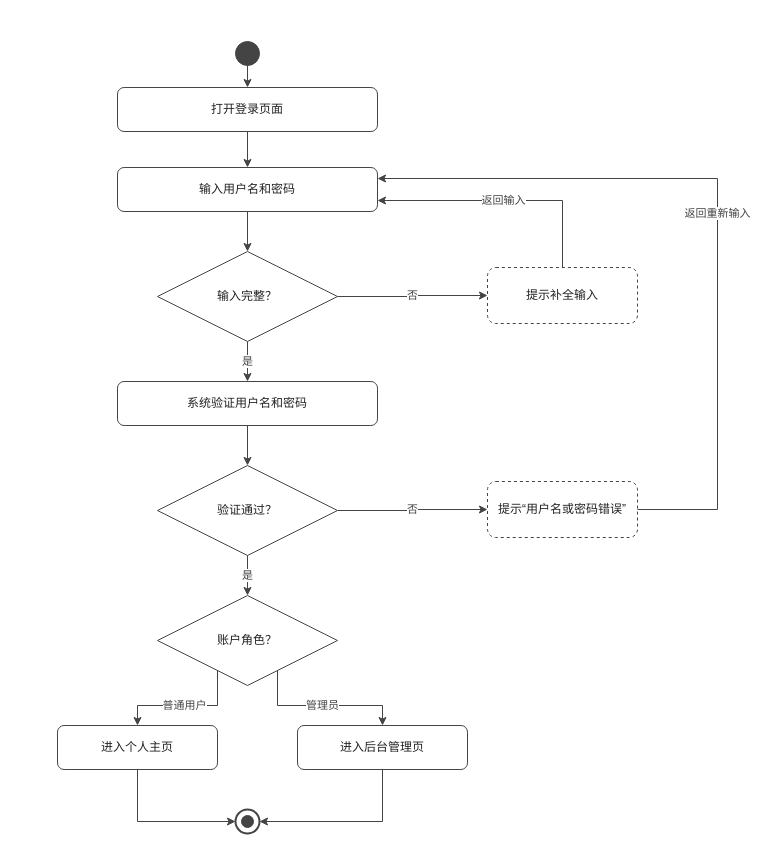
Above: docs/交付/1-账户管理-钟标/images/用户登录_活动图.drawio in chennuo1101/electronic-photo-album-system1 (draw.io), before the change. Source tidied: cells renumbered, new cells numbered last; positions are measured from the earlier drawing's top-left corner, leaving out a move shared by most shapes. Both pictures are drawn from the tidied source at 100%, with x=0, y=0 at pixel (57, 41).
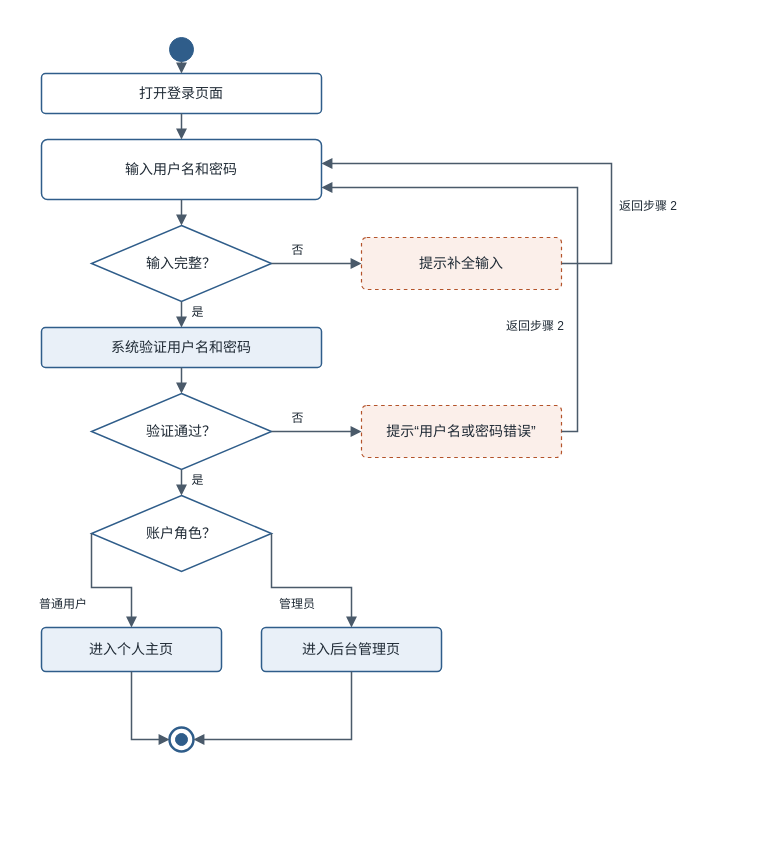
Above is the later version.

The edit, as a diff of the source:
```diff
@@
+    <mxCell id="29" style="rounded=0;whiteSpace=wrap;html=1;fillColor=#FFFFFF;strokeColor=none;" parent="1" vertex="1">
+      <mxGeometry x="-40" y="-24" width="690" height="758" as="geometry" />
+    </mxCell>
-    <mxCell id="2" style="ellipse;html=1;fillColor=#444444;strokeColor=#444444;" parent="1" vertex="1">
-      <mxGeometry x="178" width="24" height="24" as="geometry" />
+    <mxCell id="2" style="ellipse;html=1;fillColor=#2F5D8A;strokeColor=#2F5D8A;" parent="1" vertex="1">
+      <mxGeometry x="112" y="-4" width="24" height="24" as="geometry" />
     </mxCell>
-    <mxCell id="3" value="打开登录页面" style="rounded=1;whiteSpace=wrap;html=1;fillColor=#FFFFFF;strokeColor=#444444;fontFamily=Microsoft YaHei;fontSize=12;fontColor=#222222;" parent="1" vertex="1">
-      <mxGeometry x="60" y="46" width="260" height="44" as="geometry" />
+    <mxCell id="3" value="打开登录页面" style="rounded=1;arcSize=10;whiteSpace=wrap;html=1;fillColor=#FFFFFF;strokeColor=#2F5D8A;strokeWidth=1.5;fontFamily=Microsoft YaHei;fontSize=14;fontColor=#1F2A35;" parent="1" vertex="1">
+      <mxGeometry x="-16" y="32" width="280" height="40" as="geometry" />
     </mxCell>
-    <mxCell id="4" value="输入用户名和密码" style="rounded=1;whiteSpace=wrap;html=1;fillColor=#FFFFFF;strokeColor=#444444;fontFamily=Microsoft YaHei;fontSize=12;fontColor=#222222;" parent="1" vertex="1">
-      <mxGeometry x="60" y="126" width="260" height="44" as="geometry" />
+    <mxCell id="4" value="输入用户名和密码" style="rounded=1;arcSize=10;whiteSpace=wrap;html=1;fillColor=#FFFFFF;strokeColor=#2F5D8A;strokeWidth=1.5;fontFamily=Microsoft YaHei;fontSize=14;fontColor=#1F2A35;" parent="1" vertex="1">
+      <mxGeometry x="-16" y="98" width="280" height="60" as="geometry" />
     </mxCell>
-    <mxCell id="5" value="输入完整？" style="rhombus;whiteSpace=wrap;html=1;fillColor=#FFFFFF;strokeColor=#444444;fontFamily=Microsoft YaHei;fontSize=12;fontColor=#222222;" parent="1" vertex="1">
-      <mxGeometry x="100" y="210" width="180" height="90" as="geometry" />
+    <mxCell id="5" value="输入完整？" style="rhombus;whiteSpace=wrap;html=1;fillColor=#FFFFFF;strokeColor=#2F5D8A;strokeWidth=1.5;fontFamily=Microsoft YaHei;fontSize=14;fontColor=#1F2A35;" parent="1" vertex="1">
+      <mxGeometry x="34" y="184" width="180" height="76" as="geometry" />
     </mxCell>
-    <mxCell id="6" value="提示补全输入" style="rounded=1;whiteSpace=wrap;html=1;fillColor=none;strokeColor=#444444;dashed=1;fontFamily=Microsoft YaHei;fontSize=12;fontColor=#222222;" parent="1" vertex="1">
-      <mxGeometry x="430" y="226" width="150" height="56" as="geometry" />
+    <mxCell id="6" value="提示补全输入" style="rounded=1;arcSize=10;whiteSpace=wrap;html=1;fillColor=#FBEFEA;strokeColor=#B4532A;strokeWidth=1.2;dashed=1;fontFamily=Microsoft YaHei;fontSize=14;fontColor=#1F2A35;" parent="1" vertex="1">
+      <mxGeometry x="304" y="196" width="200" height="52" as="geometry" />
     </mxCell>
-    <mxCell id="7" value="系统验证用户名和密码" style="rounded=1;whiteSpace=wrap;html=1;fillColor=#FFFFFF;strokeColor=#444444;fontFamily=Microsoft YaHei;fontSize=12;fontColor=#222222;" parent="1" vertex="1">
-      <mxGeometry x="60" y="340" width="260" height="44" as="geometry" />
+    <mxCell id="7" value="系统验证用户名和密码" style="rounded=1;arcSize=10;whiteSpace=wrap;html=1;fillColor=#E9F0F8;strokeColor=#2F5D8A;strokeWidth=1.5;fontFamily=Microsoft YaHei;fontSize=14;fontColor=#1F2A35;" parent="1" vertex="1">
+      <mxGeometry x="-16" y="286" width="280" height="40" as="geometry" />
     </mxCell>
-    <mxCell id="8" value="验证通过？" style="rhombus;whiteSpace=wrap;html=1;fillColor=#FFFFFF;strokeColor=#444444;fontFamily=Microsoft YaHei;fontSize=12;fontColor=#222222;" parent="1" vertex="1">
-      <mxGeometry x="100" y="424" width="180" height="90" as="geometry" />
+    <mxCell id="8" value="验证通过？" style="rhombus;whiteSpace=wrap;html=1;fillColor=#FFFFFF;strokeColor=#2F5D8A;strokeWidth=1.5;fontFamily=Microsoft YaHei;fontSize=14;fontColor=#1F2A35;" parent="1" vertex="1">
+      <mxGeometry x="34" y="352" width="180" height="76" as="geometry" />
     </mxCell>
-    <mxCell id="9" value="提示“用户名或密码错误”" style="rounded=1;whiteSpace=wrap;html=1;fillColor=none;strokeColor=#444444;dashed=1;fontFamily=Microsoft YaHei;fontSize=12;fontColor=#222222;" parent="1" vertex="1">
-      <mxGeometry x="430" y="440" width="150" height="56" as="geometry" />
+    <mxCell id="9" value="提示“用户名或密码错误”" style="rounded=1;arcSize=10;whiteSpace=wrap;html=1;fillColor=#FBEFEA;strokeColor=#B4532A;strokeWidth=1.2;dashed=1;fontFamily=Microsoft YaHei;fontSize=14;fontColor=#1F2A35;" parent="1" vertex="1">
+      <mxGeometry x="304" y="364" width="200" height="52" as="geometry" />
     </mxCell>
-    <mxCell id="10" value="账户角色？" style="rhombus;whiteSpace=wrap;html=1;fillColor=#FFFFFF;strokeColor=#444444;fontFamily=Microsoft YaHei;fontSize=12;fontColor=#222222;" parent="1" vertex="1">
-      <mxGeometry x="100" y="554" width="180" height="90" as="geometry" />
+    <mxCell id="10" value="账户角色？" style="rhombus;whiteSpace=wrap;html=1;fillColor=#FFFFFF;strokeColor=#2F5D8A;strokeWidth=1.5;fontFamily=Microsoft YaHei;fontSize=14;fontColor=#1F2A35;" parent="1" vertex="1">
+      <mxGeometry x="34" y="454" width="180" height="76" as="geometry" />
     </mxCell>
-    <mxCell id="11" value="进入个人主页" style="rounded=1;whiteSpace=wrap;html=1;fillColor=#FFFFFF;strokeColor=#444444;fontFamily=Microsoft YaHei;fontSize=12;fontColor=#222222;" parent="1" vertex="1">
-      <mxGeometry y="684" width="160" height="44" as="geometry" />
+    <mxCell id="11" value="进入个人主页" style="rounded=1;arcSize=10;whiteSpace=wrap;html=1;fillColor=#E9F0F8;strokeColor=#2F5D8A;strokeWidth=1.5;fontFamily=Microsoft YaHei;fontSize=14;fontColor=#1F2A35;" parent="1" vertex="1">
+      <mxGeometry x="-16" y="586" width="180" height="44" as="geometry" />
     </mxCell>
-    <mxCell id="12" value="进入后台管理页" style="rounded=1;whiteSpace=wrap;html=1;fillColor=#FFFFFF;strokeColor=#444444;fontFamily=Microsoft YaHei;fontSize=12;fontColor=#222222;" parent="1" vertex="1">
-      <mxGeometry x="240" y="684" width="170" height="44" as="geometry" />
+    <mxCell id="12" value="进入后台管理页" style="rounded=1;arcSize=10;whiteSpace=wrap;html=1;fillColor=#E9F0F8;strokeColor=#2F5D8A;strokeWidth=1.5;fontFamily=Microsoft YaHei;fontSize=14;fontColor=#1F2A35;" parent="1" vertex="1">
+      <mxGeometry x="204" y="586" width="180" height="44" as="geometry" />
     </mxCell>
-    <mxCell id="13" style="ellipse;html=1;fillColor=#FFFFFF;strokeColor=#444444;strokeWidth=2;" parent="1" vertex="1">
-      <mxGeometry x="178" y="768" width="24" height="24" as="geometry" />
+    <mxCell id="13" style="ellipse;html=1;fillColor=#FFFFFF;strokeColor=#2F5D8A;strokeWidth=2.5;" parent="1" vertex="1">
+      <mxGeometry x="112" y="686" width="24" height="24" as="geometry" />
     </mxCell>
-    <mxCell id="14" style="ellipse;html=1;fillColor=#444444;strokeColor=#444444;" parent="1" vertex="1">
-      <mxGeometry x="184" y="774" width="12" height="12" as="geometry" />
-    </mxCell>
+    <mxCell id="30" style="ellipse;html=1;fillColor=#2F5D8A;strokeColor=#2F5D8A;" parent="1" vertex="1">
+      <mxGeometry x="118" y="692" width="12" height="12" as="geometry" />
+    </mxCell>
-    <mxCell id="15" style="edgeStyle=orthogonalEdgeStyle;rounded=0;html=1;strokeColor=#444444;strokeWidth=1;fontFamily=Microsoft YaHei;fontSize=11;fontColor=#444444;labelBackgroundColor=#FFFFFF;" parent="1" edge="1" source="2" target="3">
-      <mxGeometry relative="1" as="geometry" />
+    <mxCell id="15" style="html=1;rounded=0;strokeColor=#4A5A6A;strokeWidth=1.5;startArrow=none;endArrow=block;endFill=1;endSize=7;" parent="1" edge="1">
+      <mxGeometry relative="1" as="geometry">
+        <mxPoint x="124" y="20" as="sourcePoint" />
+        <mxPoint x="124" y="32" as="targetPoint" />
+      </mxGeometry>
     </mxCell>
-    <mxCell id="16" style="edgeStyle=orthogonalEdgeStyle;rounded=0;html=1;strokeColor=#444444;strokeWidth=1;fontFamily=Microsoft YaHei;fontSize=11;fontColor=#444444;labelBackgroundColor=#FFFFFF;" parent="1" edge="1" source="3" target="4">
-      <mxGeometry relative="1" as="geometry" />
+    <mxCell id="16" style="html=1;rounded=0;strokeColor=#4A5A6A;strokeWidth=1.5;startArrow=none;endArrow=block;endFill=1;endSize=7;" parent="1" edge="1">
+      <mxGeometry relative="1" as="geometry">
+        <mxPoint x="124" y="72" as="sourcePoint" />
+        <mxPoint x="124" y="98" as="targetPoint" />
+      </mxGeometry>
     </mxCell>
-    <mxCell id="17" style="edgeStyle=orthogonalEdgeStyle;rounded=0;html=1;strokeColor=#444444;strokeWidth=1;fontFamily=Microsoft YaHei;fontSize=11;fontColor=#444444;labelBackgroundColor=#FFFFFF;" parent="1" edge="1" source="4" target="5">
-      <mxGeometry relative="1" as="geometry" />
+    <mxCell id="17" style="html=1;rounded=0;strokeColor=#4A5A6A;strokeWidth=1.5;startArrow=none;endArrow=block;endFill=1;endSize=7;" parent="1" edge="1">
+      <mxGeometry relative="1" as="geometry">
+        <mxPoint x="124" y="158" as="sourcePoint" />
+        <mxPoint x="124" y="184" as="targetPoint" />
+      </mxGeometry>
     </mxCell>
-    <mxCell id="18" value="否" style="edgeStyle=orthogonalEdgeStyle;rounded=0;html=1;strokeColor=#444444;strokeWidth=1;fontFamily=Microsoft YaHei;fontSize=11;fontColor=#444444;labelBackgroundColor=#FFFFFF;exitX=1;exitY=0.5;entryX=0;entryY=0.5;" parent="1" edge="1" source="5" target="6">
-      <mxGeometry relative="1" as="geometry" />
+    <mxCell id="18" style="html=1;rounded=0;strokeColor=#4A5A6A;strokeWidth=1.5;startArrow=none;endArrow=block;endFill=1;endSize=7;" parent="1" edge="1">
+      <mxGeometry relative="1" as="geometry">
+        <mxPoint x="124" y="260" as="sourcePoint" />
+        <mxPoint x="124" y="286" as="targetPoint" />
+      </mxGeometry>
     </mxCell>
-    <mxCell id="19" value="返回输入" style="edgeStyle=orthogonalEdgeStyle;rounded=0;html=1;strokeColor=#444444;strokeWidth=1;fontFamily=Microsoft YaHei;fontSize=11;fontColor=#444444;labelBackgroundColor=#FFFFFF;exitX=0.5;exitY=0;entryX=1;entryY=0.75;" parent="1" edge="1" source="6" target="4">
+    <mxCell id="19" style="html=1;rounded=0;strokeColor=#4A5A6A;strokeWidth=1.5;startArrow=none;endArrow=block;endFill=1;endSize=7;" parent="1" edge="1">
       <mxGeometry relative="1" as="geometry">
-        <Array as="points">
-          <mxPoint x="505" y="159" />
-        </Array>
+        <mxPoint x="124" y="326" as="sourcePoint" />
+        <mxPoint x="124" y="352" as="targetPoint" />
       </mxGeometry>
     </mxCell>
-    <mxCell id="20" value="是" style="edgeStyle=orthogonalEdgeStyle;rounded=0;html=1;strokeColor=#444444;strokeWidth=1;fontFamily=Microsoft YaHei;fontSize=11;fontColor=#444444;labelBackgroundColor=#FFFFFF;" parent="1" edge="1" source="5" target="7">
-      <mxGeometry relative="1" as="geometry" />
+    <mxCell id="20" style="html=1;rounded=0;strokeColor=#4A5A6A;strokeWidth=1.5;startArrow=none;endArrow=block;endFill=1;endSize=7;" parent="1" edge="1">
+      <mxGeometry relative="1" as="geometry">
+        <mxPoint x="124" y="428" as="sourcePoint" />
+        <mxPoint x="124" y="454" as="targetPoint" />
+      </mxGeometry>
     </mxCell>
-    <mxCell id="21" style="edgeStyle=orthogonalEdgeStyle;rounded=0;html=1;strokeColor=#444444;strokeWidth=1;fontFamily=Microsoft YaHei;fontSize=11;fontColor=#444444;labelBackgroundColor=#FFFFFF;" parent="1" edge="1" source="7" target="8">
-      <mxGeometry relative="1" as="geometry" />
-    </mxCell>
-    <mxCell id="22" value="否" style="edgeStyle=orthogonalEdgeStyle;rounded=0;html=1;strokeColor=#444444;strokeWidth=1;fontFamily=Microsoft YaHei;fontSize=11;fontColor=#444444;labelBackgroundColor=#FFFFFF;exitX=1;exitY=0.5;entryX=0;entryY=0.5;" parent="1" edge="1" source="8" target="9">
-      <mxGeometry relative="1" as="geometry" />
-    </mxCell>
-    <mxCell id="23" value="返回重新输入" style="edgeStyle=orthogonalEdgeStyle;rounded=0;html=1;strokeColor=#444444;strokeWidth=1;fontFamily=Microsoft YaHei;fontSize=11;fontColor=#444444;labelBackgroundColor=#FFFFFF;exitX=1;exitY=0.5;entryX=1;entryY=0.25;" parent="1" edge="1" source="9" target="4">
-      <mxGeometry relative="1" as="geometry">
-        <Array as="points">
-          <mxPoint x="660" y="468" />
-          <mxPoint x="660" y="137" />
-        </Array>
-      </mxGeometry>
-    </mxCell>
-    <mxCell id="24" value="是" style="edgeStyle=orthogonalEdgeStyle;rounded=0;html=1;strokeColor=#444444;strokeWidth=1;fontFamily=Microsoft YaHei;fontSize=11;fontColor=#444444;labelBackgroundColor=#FFFFFF;" parent="1" edge="1" source="8" target="10">
-      <mxGeometry relative="1" as="geometry" />
-    </mxCell>
+    <mxCell id="31" style="html=1;rounded=0;strokeColor=#4A5A6A;strokeWidth=1.5;startArrow=none;endArrow=block;endFill=1;endSize=7;" parent="1" edge="1">
+      <mxGeometry relative="1" as="geometry">
+        <mxPoint x="214" y="222" as="sourcePoint" />
+        <mxPoint x="304" y="222" as="targetPoint" />
+      </mxGeometry>
+    </mxCell>
+    <mxCell id="32" style="html=1;rounded=0;strokeColor=#4A5A6A;strokeWidth=1.5;startArrow=none;endArrow=block;endFill=1;endSize=7;" parent="1" edge="1">
+      <mxGeometry relative="1" as="geometry">
+        <mxPoint x="214" y="390" as="sourcePoint" />
+        <mxPoint x="304" y="390" as="targetPoint" />
+      </mxGeometry>
+    </mxCell>
+    <mxCell id="33" style="html=1;rounded=0;strokeColor=#4A5A6A;strokeWidth=1.5;startArrow=none;endArrow=block;endFill=1;endSize=7;" parent="1" edge="1">
+      <mxGeometry relative="1" as="geometry">
+        <mxPoint x="504" y="222" as="sourcePoint" />
+        <mxPoint x="264" y="122" as="targetPoint" />
+        <Array as="points">
+          <mxPoint x="554" y="222" />
+          <mxPoint x="554" y="122" />
+        </Array>
+      </mxGeometry>
+    </mxCell>
+    <mxCell id="34" style="html=1;rounded=0;strokeColor=#4A5A6A;strokeWidth=1.5;startArrow=none;endArrow=block;endFill=1;endSize=7;" parent="1" edge="1">
+      <mxGeometry relative="1" as="geometry">
+        <mxPoint x="504" y="390" as="sourcePoint" />
+        <mxPoint x="264" y="146" as="targetPoint" />
+        <Array as="points">
+          <mxPoint x="520" y="390" />
+          <mxPoint x="520" y="146" />
+        </Array>
+      </mxGeometry>
+    </mxCell>
+    <mxCell id="35" style="html=1;rounded=0;strokeColor=#4A5A6A;strokeWidth=1.5;startArrow=none;endArrow=block;endFill=1;endSize=7;" parent="1" edge="1">
+      <mxGeometry relative="1" as="geometry">
+        <mxPoint x="34" y="492" as="sourcePoint" />
+        <mxPoint x="74" y="586" as="targetPoint" />
+        <Array as="points">
+          <mxPoint x="34" y="546" />
+          <mxPoint x="74" y="546" />
+        </Array>
+      </mxGeometry>
+    </mxCell>
+    <mxCell id="36" style="html=1;rounded=0;strokeColor=#4A5A6A;strokeWidth=1.5;startArrow=none;endArrow=block;endFill=1;endSize=7;" parent="1" edge="1">
+      <mxGeometry relative="1" as="geometry">
+        <mxPoint x="214" y="492" as="sourcePoint" />
+        <mxPoint x="294" y="586" as="targetPoint" />
+        <Array as="points">
+          <mxPoint x="214" y="546" />
+          <mxPoint x="294" y="546" />
+        </Array>
+      </mxGeometry>
+    </mxCell>
+    <mxCell id="37" style="html=1;rounded=0;strokeColor=#4A5A6A;strokeWidth=1.5;startArrow=none;endArrow=block;endFill=1;endSize=7;" parent="1" edge="1">
+      <mxGeometry relative="1" as="geometry">
+        <mxPoint x="74" y="630" as="sourcePoint" />
+        <mxPoint x="112" y="698" as="targetPoint" />
+        <Array as="points">
+          <mxPoint x="74" y="698" />
+        </Array>
+      </mxGeometry>
+    </mxCell>
+    <mxCell id="38" style="html=1;rounded=0;strokeColor=#4A5A6A;strokeWidth=1.5;startArrow=none;endArrow=block;endFill=1;endSize=7;" parent="1" edge="1">
+      <mxGeometry relative="1" as="geometry">
+        <mxPoint x="294" y="630" as="sourcePoint" />
+        <mxPoint x="136" y="698" as="targetPoint" />
+        <Array as="points">
+          <mxPoint x="294" y="698" />
+        </Array>
+      </mxGeometry>
+    </mxCell>
+    <mxCell id="39" value="否" style="text;html=1;align=center;verticalAlign=middle;fillColor=none;strokeColor=none;fontFamily=Microsoft YaHei;fontSize=12;fontColor=#1F2A35;" parent="1" vertex="1">
+      <mxGeometry x="230" y="200" width="20" height="18" as="geometry" />
+    </mxCell>
+    <mxCell id="40" value="否" style="text;html=1;align=center;verticalAlign=middle;fillColor=none;strokeColor=none;fontFamily=Microsoft YaHei;fontSize=12;fontColor=#1F2A35;" parent="1" vertex="1">
+      <mxGeometry x="230" y="368" width="20" height="18" as="geometry" />
+    </mxCell>
+    <mxCell id="41" value="是" style="text;html=1;align=center;verticalAlign=middle;fillColor=none;strokeColor=none;fontFamily=Microsoft YaHei;fontSize=12;fontColor=#1F2A35;" parent="1" vertex="1">
+      <mxGeometry x="130" y="262" width="20" height="18" as="geometry" />
+    </mxCell>
+    <mxCell id="42" value="是" style="text;html=1;align=center;verticalAlign=middle;fillColor=none;strokeColor=none;fontFamily=Microsoft YaHei;fontSize=12;fontColor=#1F2A35;" parent="1" vertex="1">
+      <mxGeometry x="130" y="430" width="20" height="18" as="geometry" />
+    </mxCell>
-    <mxCell id="25" value="普通用户" style="edgeStyle=orthogonalEdgeStyle;rounded=0;html=1;strokeColor=#444444;strokeWidth=1;fontFamily=Microsoft YaHei;fontSize=11;fontColor=#444444;labelBackgroundColor=#FFFFFF;exitX=0.25;exitY=1;entryX=0.5;entryY=0;" parent="1" edge="1" source="10" target="11">
-      <mxGeometry relative="1" as="geometry" />
+    <mxCell id="25" value="普通用户" style="text;html=1;align=left;verticalAlign=middle;fillColor=none;strokeColor=none;fontFamily=Microsoft YaHei;fontSize=12;fontColor=#1F2A35;" parent="1" vertex="1">
+      <mxGeometry x="-20" y="554" width="64" height="18" as="geometry" />
     </mxCell>
-    <mxCell id="26" value="管理员" style="edgeStyle=orthogonalEdgeStyle;rounded=0;html=1;strokeColor=#444444;strokeWidth=1;fontFamily=Microsoft YaHei;fontSize=11;fontColor=#444444;labelBackgroundColor=#FFFFFF;exitX=0.75;exitY=1;entryX=0.5;entryY=0;" parent="1" edge="1" source="10" target="12">
-      <mxGeometry relative="1" as="geometry" />
+    <mxCell id="26" value="管理员" style="text;html=1;align=left;verticalAlign=middle;fillColor=none;strokeColor=none;fontFamily=Microsoft YaHei;fontSize=12;fontColor=#1F2A35;" parent="1" vertex="1">
+      <mxGeometry x="220" y="554" width="60" height="18" as="geometry" />
     </mxCell>
-    <mxCell id="27" style="edgeStyle=orthogonalEdgeStyle;rounded=0;html=1;strokeColor=#444444;strokeWidth=1;fontFamily=Microsoft YaHei;fontSize=11;fontColor=#444444;labelBackgroundColor=#FFFFFF;exitX=0.5;exitY=1;entryX=0;entryY=0.5;" parent="1" edge="1" source="11" target="13">
-      <mxGeometry relative="1" as="geometry">
-        <Array as="points">
-          <mxPoint x="80" y="780" />
-        </Array>
-      </mxGeometry>
-    </mxCell>
-    <mxCell id="28" style="edgeStyle=orthogonalEdgeStyle;rounded=0;html=1;strokeColor=#444444;strokeWidth=1;fontFamily=Microsoft YaHei;fontSize=11;fontColor=#444444;labelBackgroundColor=#FFFFFF;exitX=0.5;exitY=1;entryX=1;entryY=0.5;" parent="1" edge="1" source="12" target="13">
-      <mxGeometry relative="1" as="geometry">
-        <Array as="points">
-          <mxPoint x="325" y="780" />
-        </Array>
-      </mxGeometry>
-    </mxCell>
+    <mxCell id="43" value="返回步骤 2" style="text;html=1;align=left;verticalAlign=middle;fillColor=none;strokeColor=none;fontFamily=Microsoft YaHei;fontSize=12;fontColor=#1F2A35;" parent="1" vertex="1">
+      <mxGeometry x="560" y="156" width="90" height="18" as="geometry" />
+    </mxCell>
+    <mxCell id="44" value="返回步骤 2" style="text;html=1;align=right;verticalAlign=middle;fillColor=none;strokeColor=none;fontFamily=Microsoft YaHei;fontSize=12;fontColor=#1F2A35;" parent="1" vertex="1">
+      <mxGeometry x="418" y="276" width="90" height="18" as="geometry" />
+    </mxCell>
```
